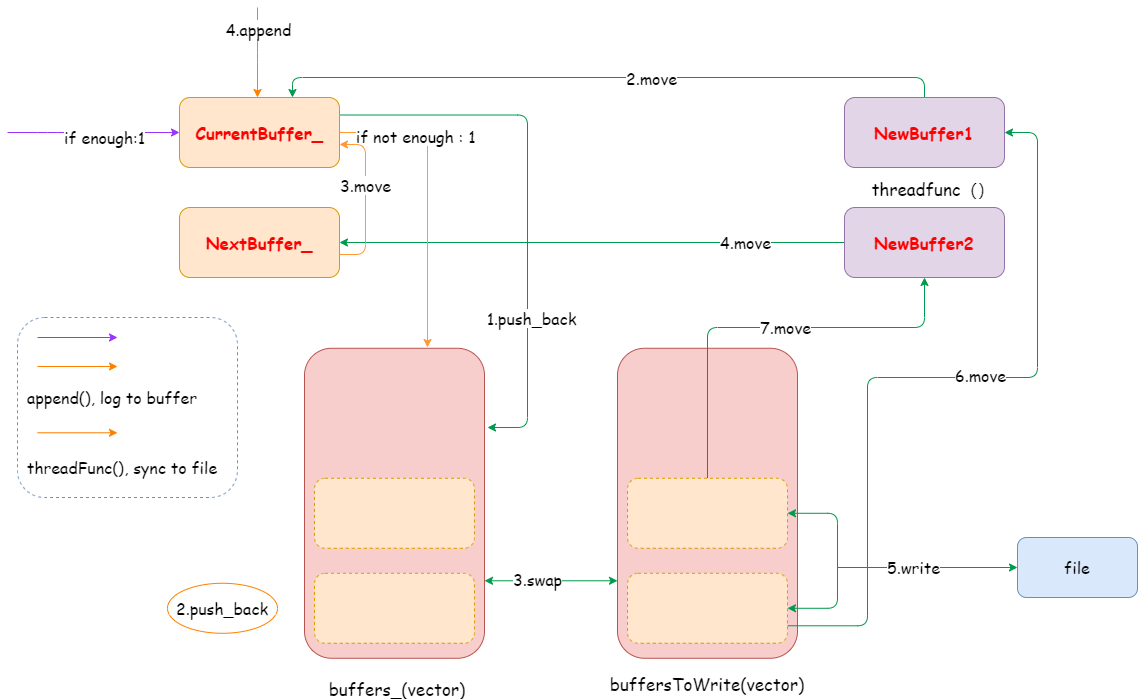
Above: async_logger.png in naynix/muduo-related-files (draw.io), before the change. Source tidied: cells renumbered, new cells last; positions are measured from the earlier drawing's top-left corner, leaving out a move shared by most shapes. The source it was exported from:
```xml
<mxGraphModel>
  <root>
    <mxCell id="0" />
    <mxCell id="1" parent="0" />
    <mxCell id="2" style="rounded=1;whiteSpace=wrap;html=1;dashed=1;fontFamily=Comic Sans MS;fontSize=16;strokeColor=#6c8ebf;fillColor=none;" parent="1" vertex="1">
      <mxGeometry x="10" y="310" width="220" height="180" as="geometry" />
    </mxCell>
    <mxCell id="3" style="edgeStyle=orthogonalEdgeStyle;rounded=1;jettySize=auto;html=1;exitX=1;exitY=0.25;exitDx=0;exitDy=0;fontFamily=Comic Sans MS;fontSize=16;startArrow=none;startFill=0;strokeColor=#00994D;" parent="1" edge="1" source="5">
      <mxGeometry relative="1" as="geometry">
        <mxPoint x="480" y="420" as="targetPoint" />
        <Array as="points">
          <mxPoint x="520" y="108" />
          <mxPoint x="520" y="420" />
        </Array>
      </mxGeometry>
    </mxCell>
    <mxCell id="4" value="1.push_back" style="edgeLabel;html=1;align=center;verticalAlign=middle;fontSize=16;fontFamily=Comic Sans MS;" parent="3" vertex="1">
      <mxGeometry x="0.45" y="3" relative="1" as="geometry" />
    </mxCell>
    <mxCell id="5" value="&lt;font style=&quot;font-size: 17px&quot; color=&quot;#ff0000&quot; face=&quot;Comic Sans MS&quot;&gt;&lt;b&gt;CurrentBuffer_&lt;/b&gt;&lt;/font&gt;" style="rounded=1;whiteSpace=wrap;html=1;fillColor=#ffe6cc;strokeColor=#d79b00;" parent="1" vertex="1">
      <mxGeometry x="172" y="90" width="160" height="70" as="geometry" />
    </mxCell>
    <mxCell id="6" value="&lt;font style=&quot;font-size: 17px&quot; color=&quot;#ff0000&quot; face=&quot;Comic Sans MS&quot;&gt;&lt;b&gt;NextBuffer_&lt;/b&gt;&lt;/font&gt;" style="rounded=1;whiteSpace=wrap;html=1;fillColor=#ffe6cc;strokeColor=#d79b00;" parent="1" vertex="1">
      <mxGeometry x="172" y="200" width="160" height="70" as="geometry" />
    </mxCell>
    <mxCell id="7" style="edgeStyle=orthogonalEdgeStyle;rounded=1;jettySize=auto;html=1;exitX=0.5;exitY=0;exitDx=0;exitDy=0;entryX=0.706;entryY=0;entryDx=0;entryDy=0;entryPerimeter=0;fontFamily=Comic Sans MS;fontSize=16;startArrow=none;startFill=0;strokeColor=#00994D;" parent="1" edge="1" source="9" target="5">
      <mxGeometry relative="1" as="geometry">
        <Array as="points">
          <mxPoint x="917" y="70" />
          <mxPoint x="285" y="70" />
        </Array>
      </mxGeometry>
    </mxCell>
    <mxCell id="8" value="2.move" style="edgeLabel;html=1;align=center;verticalAlign=middle;fontSize=16;fontFamily=Comic Sans MS;" parent="7" vertex="1">
      <mxGeometry x="-0.12" relative="1" as="geometry" />
    </mxCell>
    <mxCell id="9" value="&lt;font style=&quot;font-size: 17px&quot; color=&quot;#ff0000&quot; face=&quot;Comic Sans MS&quot;&gt;&lt;b&gt;NewBuffer1&lt;/b&gt;&lt;/font&gt;" style="rounded=1;whiteSpace=wrap;html=1;fillColor=#e1d5e7;strokeColor=#9673a6;" parent="1" vertex="1">
      <mxGeometry x="837" y="90" width="160" height="70" as="geometry" />
    </mxCell>
    <mxCell id="10" style="edgeStyle=orthogonalEdgeStyle;rounded=1;jettySize=auto;html=1;exitX=0;exitY=0.5;exitDx=0;exitDy=0;entryX=1;entryY=0.5;entryDx=0;entryDy=0;fontFamily=Comic Sans MS;fontSize=16;startArrow=none;startFill=0;endArrow=classic;endFill=1;strokeColor=#00994D;" parent="1" edge="1" source="12" target="6">
      <mxGeometry relative="1" as="geometry" />
    </mxCell>
    <mxCell id="11" value="4.move" style="edgeLabel;html=1;align=center;verticalAlign=middle;fontSize=16;fontFamily=Comic Sans MS;" parent="10" vertex="1">
      <mxGeometry x="-0.6" y="-1" relative="1" as="geometry" />
    </mxCell>
    <mxCell id="12" value="&lt;font style=&quot;font-size: 17px&quot; color=&quot;#ff0000&quot; face=&quot;Comic Sans MS&quot;&gt;&lt;b&gt;NewBuffer2&lt;/b&gt;&lt;/font&gt;" style="rounded=1;whiteSpace=wrap;html=1;fillColor=#e1d5e7;strokeColor=#9673a6;" parent="1" vertex="1">
      <mxGeometry x="837" y="200" width="160" height="70" as="geometry" />
    </mxCell>
    <mxCell id="13" style="rounded=1;whiteSpace=wrap;html=1;fillColor=#f8cecc;strokeColor=#b85450;" parent="1" vertex="1">
      <mxGeometry x="297" y="340.8" width="180" height="310" as="geometry" />
    </mxCell>
    <mxCell id="14" value="&lt;font style=&quot;font-size: 17px&quot; face=&quot;Comic Sans MS&quot;&gt;buffers_(vector)&lt;/font&gt;" style="text;html=1;strokeColor=none;fillColor=none;align=center;verticalAlign=middle;whiteSpace=wrap;rounded=0;" parent="1" vertex="1">
      <mxGeometry x="370" y="680.8" width="40" as="geometry" />
    </mxCell>
    <mxCell id="15" value="&lt;font face=&quot;Comic Sans MS&quot;&gt;&lt;span style=&quot;font-size: 17px&quot;&gt;threadfunc（）&lt;/span&gt;&lt;/font&gt;" style="text;html=1;strokeColor=none;fillColor=none;align=center;verticalAlign=middle;whiteSpace=wrap;rounded=0;" parent="1" vertex="1">
      <mxGeometry x="846" y="180" width="160" as="geometry" />
    </mxCell>
    <mxCell id="16" style="edgeStyle=segmentEdgeStyle;endArrow=classic;html=1;exitX=1;exitY=0.5;exitDx=0;exitDy=0;strokeColor=#FF9933;" parent="1" edge="1" source="5">
      <mxGeometry relative="1" as="geometry">
        <mxPoint x="420" y="340" as="targetPoint" />
        <Array as="points">
          <mxPoint x="420" y="125" />
        </Array>
      </mxGeometry>
    </mxCell>
    <mxCell id="17" value="if not enough : 1" style="edgeLabel;html=1;align=center;verticalAlign=middle;fontSize=16;fontFamily=Comic Sans MS;" parent="16" vertex="1">
      <mxGeometry x="-0.5" y="-3" relative="1" as="geometry" />
    </mxCell>
    <mxCell id="18" style="edgeStyle=elbowEdgeStyle;elbow=horizontal;endArrow=none;html=1;exitX=1;exitY=0.5;exitDx=0;exitDy=0;entryX=1;entryY=0.5;entryDx=0;entryDy=0;startArrow=classic;startFill=1;strokeColor=#FF9933;endFill=0;" parent="1" edge="1">
      <mxGeometry relative="1" as="geometry">
        <mxPoint x="332" y="137" as="sourcePoint" />
        <mxPoint x="332" y="247" as="targetPoint" />
        <Array as="points">
          <mxPoint x="358" y="192" />
        </Array>
      </mxGeometry>
    </mxCell>
    <mxCell id="19" value="3.move" style="edgeLabel;html=1;align=center;verticalAlign=middle;fontFamily=Comic Sans MS;fontSize=16;" parent="18" vertex="1">
      <mxGeometry x="-0.19" y="-1" relative="1" as="geometry" />
    </mxCell>
    <mxCell id="20" style="edgeStyle=segmentEdgeStyle;endArrow=classic;html=1;entryX=0;entryY=0.5;entryDx=0;entryDy=0;strokeColor=#9933FF;" parent="1" edge="1" target="5">
      <mxGeometry relative="1" as="geometry">
        <mxPoint y="125" as="sourcePoint" />
        <Array as="points">
          <mxPoint x="40" y="125" />
          <mxPoint x="40" y="125" />
        </Array>
      </mxGeometry>
    </mxCell>
    <mxCell id="21" value="1" style="edgeLabel;html=1;align=center;verticalAlign=middle;fontSize=16;fontFamily=Comic Sans MS;" parent="20" vertex="1">
      <mxGeometry x="0.07" y="-2" relative="1" as="geometry" />
    </mxCell>
    <mxCell id="22" value="if enough:1" style="edgeLabel;html=1;align=center;verticalAlign=middle;fontSize=16;fontFamily=Comic Sans MS;" parent="20" vertex="1">
      <mxGeometry x="0.11" y="-4" relative="1" as="geometry" />
    </mxCell>
    <mxCell id="23" style="rounded=1;whiteSpace=wrap;html=1;fillColor=#ffe6cc;strokeColor=#d79b00;dashed=1;" parent="1" vertex="1">
      <mxGeometry x="307" y="565.8" width="160" height="70" as="geometry" />
    </mxCell>
    <mxCell id="24" value="2.push_back" style="ellipse;whiteSpace=wrap;html=1;fontFamily=Comic Sans MS;fontSize=16;fillColor=none;strokeColor=#FF8000;" parent="1" vertex="1">
      <mxGeometry x="160" y="575.8" width="110" height="50" as="geometry" />
    </mxCell>
    <mxCell id="25" style="edgeStyle=elbowEdgeStyle;elbow=vertical;endArrow=classic;html=1;fontFamily=Comic Sans MS;fontSize=16;strokeColor=#FF8000;" parent="1" edge="1">
      <mxGeometry relative="1" as="geometry">
        <mxPoint x="250" as="sourcePoint" />
        <mxPoint x="250" y="90" as="targetPoint" />
      </mxGeometry>
    </mxCell>
    <mxCell id="26" value="4.append" style="edgeLabel;html=1;align=center;verticalAlign=middle;fontSize=16;fontFamily=Comic Sans MS;" parent="25" vertex="1">
      <mxGeometry x="-0.53" relative="1" as="geometry" />
    </mxCell>
    <mxCell id="27" style="rounded=1;whiteSpace=wrap;html=1;fillColor=#ffe6cc;strokeColor=#d79b00;dashed=1;" parent="1" vertex="1">
      <mxGeometry x="307" y="470.8" width="160" height="70" as="geometry" />
    </mxCell>
    <mxCell id="28" style="endArrow=classic;html=1;fontFamily=Comic Sans MS;fontSize=16;strokeColor=#00994D;entryX=0;entryY=0.5;entryDx=0;entryDy=0;" parent="1" edge="1" target="31">
      <mxGeometry relative="1" as="geometry">
        <mxPoint x="830" y="560" as="sourcePoint" />
      </mxGeometry>
    </mxCell>
    <mxCell id="29" value="4.write" style="edgeLabel;html=1;align=center;verticalAlign=middle;fontSize=16;fontFamily=Comic Sans MS;" parent="28" vertex="1">
      <mxGeometry x="-0.38" y="2" relative="1" as="geometry">
        <mxPoint x="-188" y="30" as="offset" />
      </mxGeometry>
    </mxCell>
    <mxCell id="30" value="5.write" style="edgeLabel;html=1;align=center;verticalAlign=middle;fontSize=16;fontFamily=Comic Sans MS;" parent="28" vertex="1">
      <mxGeometry x="-0.17" y="1" relative="1" as="geometry" />
    </mxCell>
    <mxCell id="31" value="file" style="rounded=1;whiteSpace=wrap;html=1;fontFamily=Comic Sans MS;fontSize=16;strokeColor=#6c8ebf;fillColor=#dae8fc;" parent="1" vertex="1">
      <mxGeometry x="1010" y="530" width="120" height="60" as="geometry" />
    </mxCell>
    <mxCell id="32" style="rounded=1;whiteSpace=wrap;html=1;fillColor=#f8cecc;strokeColor=#b85450;" parent="1" vertex="1">
      <mxGeometry x="610" y="340.8" width="180" height="310" as="geometry" />
    </mxCell>
    <mxCell id="33" style="edgeStyle=orthogonalEdgeStyle;rounded=1;jettySize=auto;html=1;exitX=1;exitY=0.75;exitDx=0;exitDy=0;entryX=1;entryY=0.5;entryDx=0;entryDy=0;fontFamily=Comic Sans MS;fontSize=16;startArrow=none;startFill=0;endArrow=classic;endFill=1;strokeColor=#00994D;" parent="1" edge="1" source="35" target="9">
      <mxGeometry relative="1" as="geometry">
        <Array as="points">
          <mxPoint x="860" y="618" />
          <mxPoint x="860" y="370" />
          <mxPoint x="1030" y="370" />
          <mxPoint x="1030" y="125" />
        </Array>
      </mxGeometry>
    </mxCell>
    <mxCell id="34" value="6.move" style="edgeLabel;html=1;align=center;verticalAlign=middle;fontSize=16;fontFamily=Comic Sans MS;" parent="33" vertex="1">
      <mxGeometry x="0.14" y="3" relative="1" as="geometry" />
    </mxCell>
    <mxCell id="35" style="rounded=1;whiteSpace=wrap;html=1;fillColor=#ffe6cc;strokeColor=#d79b00;dashed=1;" parent="1" vertex="1">
      <mxGeometry x="620" y="565.8" width="160" height="70" as="geometry" />
    </mxCell>
    <mxCell id="36" style="edgeStyle=orthogonalEdgeStyle;rounded=1;jettySize=auto;html=1;exitX=1;exitY=0.5;exitDx=0;exitDy=0;entryX=1;entryY=0.5;entryDx=0;entryDy=0;fontFamily=Comic Sans MS;fontSize=16;startArrow=classic;startFill=1;endArrow=classic;endFill=1;strokeColor=#00994D;" parent="1" edge="1" source="39" target="35">
      <mxGeometry relative="1" as="geometry">
        <Array as="points">
          <mxPoint x="830" y="506" />
          <mxPoint x="830" y="601" />
        </Array>
      </mxGeometry>
    </mxCell>
    <mxCell id="37" style="edgeStyle=orthogonalEdgeStyle;rounded=1;jettySize=auto;html=1;entryX=0.5;entryY=1;entryDx=0;entryDy=0;fontFamily=Comic Sans MS;fontSize=16;startArrow=none;startFill=0;endArrow=classic;endFill=1;strokeColor=#00994D;exitX=0.5;exitY=0;exitDx=0;exitDy=0;" parent="1" edge="1" source="39" target="12">
      <mxGeometry relative="1" as="geometry">
        <Array as="points">
          <mxPoint x="700" y="320" />
          <mxPoint x="917" y="320" />
        </Array>
      </mxGeometry>
    </mxCell>
    <mxCell id="38" value="7.move" style="edgeLabel;html=1;align=center;verticalAlign=middle;fontSize=16;fontFamily=Comic Sans MS;" parent="37" vertex="1">
      <mxGeometry x="0.09" y="1" relative="1" as="geometry" />
    </mxCell>
    <mxCell id="39" style="rounded=1;whiteSpace=wrap;html=1;fillColor=#ffe6cc;strokeColor=#d79b00;dashed=1;" parent="1" vertex="1">
      <mxGeometry x="620" y="470.8" width="160" height="70" as="geometry" />
    </mxCell>
    <mxCell id="40" value="&lt;font style=&quot;font-size: 17px&quot; face=&quot;Comic Sans MS&quot;&gt;buffersToWrite(vector)&lt;/font&gt;" style="text;html=1;strokeColor=none;fillColor=none;align=center;verticalAlign=middle;whiteSpace=wrap;rounded=0;" parent="1" vertex="1">
      <mxGeometry x="680" y="675.8" width="40" as="geometry" />
    </mxCell>
    <mxCell id="41" style="endArrow=classic;startArrow=classic;html=1;fontFamily=Comic Sans MS;fontSize=16;strokeColor=#00994D;exitX=1;exitY=0.75;exitDx=0;exitDy=0;entryX=0;entryY=0.75;entryDx=0;entryDy=0;" parent="1" edge="1" source="13" target="32">
      <mxGeometry relative="1" as="geometry" />
    </mxCell>
    <mxCell id="42" value="3.swap" style="edgeLabel;html=1;align=center;verticalAlign=middle;fontSize=16;fontFamily=Comic Sans MS;" parent="41" vertex="1">
      <mxGeometry x="-0.22" y="2" relative="1" as="geometry" />
    </mxCell>
    <mxCell id="43" style="endArrow=classic;html=1;fontFamily=Comic Sans MS;fontSize=16;strokeColor=#9933FF;" parent="1" edge="1">
      <mxGeometry relative="1" as="geometry">
        <mxPoint x="30" y="330" as="sourcePoint" />
        <mxPoint x="110" y="330" as="targetPoint" />
      </mxGeometry>
    </mxCell>
    <mxCell id="44" style="endArrow=classic;html=1;fontFamily=Comic Sans MS;fontSize=16;strokeColor=#FF8000;" parent="1" edge="1">
      <mxGeometry relative="1" as="geometry">
        <mxPoint x="30" y="359" as="sourcePoint" />
        <mxPoint x="110" y="359" as="targetPoint" />
      </mxGeometry>
    </mxCell>
    <mxCell id="45" value="append(), log to buffer" style="text;html=1;strokeColor=none;fillColor=none;align=center;verticalAlign=middle;whiteSpace=wrap;rounded=0;dashed=1;fontFamily=Comic Sans MS;fontSize=16;" parent="1" vertex="1">
      <mxGeometry y="380" width="210" height="20" as="geometry" />
    </mxCell>
    <mxCell id="46" style="endArrow=classic;html=1;fontFamily=Comic Sans MS;fontSize=16;strokeColor=#FF8000;" parent="1" edge="1">
      <mxGeometry relative="1" as="geometry">
        <mxPoint x="30" y="425.3" as="sourcePoint" />
        <mxPoint x="110" y="425.3" as="targetPoint" />
      </mxGeometry>
    </mxCell>
    <mxCell id="47" value="threadFunc(), sync to file" style="text;html=1;strokeColor=none;fillColor=none;align=center;verticalAlign=middle;whiteSpace=wrap;rounded=0;dashed=1;fontFamily=Comic Sans MS;fontSize=16;" parent="1" vertex="1">
      <mxGeometry x="10" y="450" width="210" height="20" as="geometry" />
    </mxCell>
  </root>
</mxGraphModel>
```
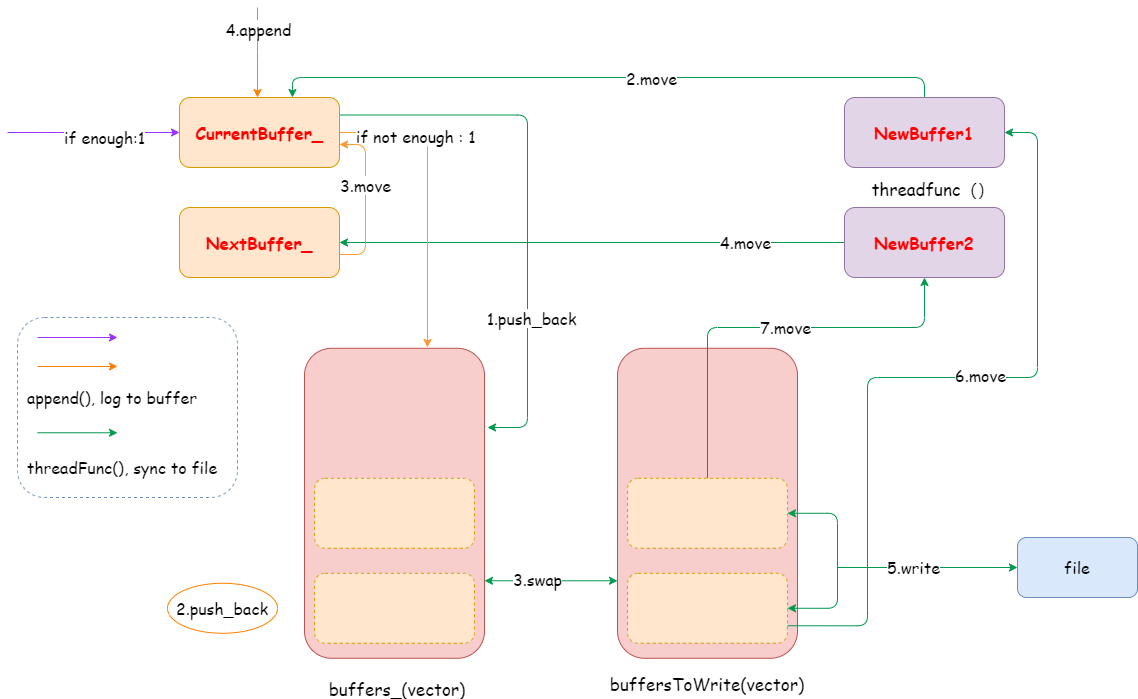
The same diagram one commit later.

Change to the diagram source:
```diff
@@ -192,7 +192,7 @@
     <mxCell id="45" value="append(), log to buffer" style="text;html=1;strokeColor=none;fillColor=none;align=center;verticalAlign=middle;whiteSpace=wrap;rounded=0;dashed=1;fontFamily=Comic Sans MS;fontSize=16;" parent="1" vertex="1">
       <mxGeometry y="380" width="210" height="20" as="geometry" />
     </mxCell>
-    <mxCell id="46" style="endArrow=classic;html=1;fontFamily=Comic Sans MS;fontSize=16;strokeColor=#FF8000;" parent="1" edge="1">
+    <mxCell id="46" style="endArrow=classic;html=1;fontFamily=Comic Sans MS;fontSize=16;strokeColor=#00994D;" parent="1" edge="1">
       <mxGeometry relative="1" as="geometry">
         <mxPoint x="30" y="425.3" as="sourcePoint" />
         <mxPoint x="110" y="425.3" as="targetPoint" />
```
